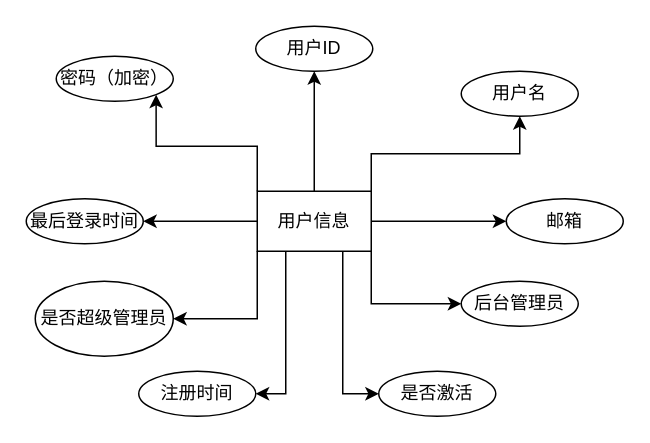
Earlier version of the draw.io diagram ER图/用户ER图.drawio (programer-afk/WebScanner). Source tidied: cells renumbered, new cells numbered last; positions are measured from the earlier drawing's top-left corner, leaving out a move shared by most shapes. Both pictures are drawn from the tidied source at 150%, with x=0, y=0 at pixel (26, 26).
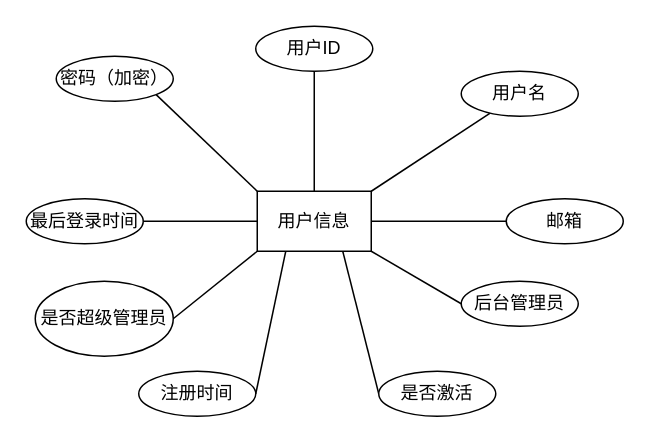
After the change.

Commit message:
更新用户ER图.drawio

Unchanged cells that the change refers to:
```xml
<mxCell id="11" value="用户信息" style="rounded=0;whiteSpace=wrap;html=1;" parent="1" vertex="1">
  <mxGeometry x="154" y="110" width="76" height="40" as="geometry" />
</mxCell>
<mxCell id="12" value="用户ID" style="ellipse;whiteSpace=wrap;html=1;" parent="1" vertex="1">
  <mxGeometry x="153" width="78" height="30" as="geometry" />
</mxCell>
<mxCell id="13" value="密码（加密）" style="ellipse;whiteSpace=wrap;html=1;" parent="1" vertex="1">
  <mxGeometry x="20" y="20" width="78" height="30" as="geometry" />
</mxCell>
<mxCell id="14" value="最后登录时间" style="ellipse;whiteSpace=wrap;html=1;" parent="1" vertex="1">
  <mxGeometry y="115" width="78" height="30" as="geometry" />
</mxCell>
<mxCell id="15" value="是否超级管理员" style="ellipse;whiteSpace=wrap;html=1;" parent="1" vertex="1">
  <mxGeometry x="6" y="170" width="92" height="50" as="geometry" />
</mxCell>
<mxCell id="16" value="邮箱" style="ellipse;whiteSpace=wrap;html=1;" parent="1" vertex="1">
  <mxGeometry x="320" y="115" width="78" height="30" as="geometry" />
</mxCell>
<mxCell id="17" value="后台管理员" style="ellipse;whiteSpace=wrap;html=1;" parent="1" vertex="1">
  <mxGeometry x="290" y="170" width="78" height="30" as="geometry" />
</mxCell>
<mxCell id="18" value="注册时间" style="ellipse;whiteSpace=wrap;html=1;" parent="1" vertex="1">
  <mxGeometry x="75" y="230" width="78" height="30" as="geometry" />
</mxCell>
<mxCell id="19" value="是否激活" style="ellipse;whiteSpace=wrap;html=1;" parent="1" vertex="1">
  <mxGeometry x="235" y="230" width="78" height="30" as="geometry" />
</mxCell>
<mxCell id="20" value="用户名" style="ellipse;whiteSpace=wrap;html=1;" parent="1" vertex="1">
  <mxGeometry x="290" y="30" width="78" height="30" as="geometry" />
</mxCell>
```

What changed in the source:
```diff
@@
-    <mxCell id="2" style="edgeStyle=orthogonalEdgeStyle;rounded=0;jettySize=auto;html=1;exitX=0.5;exitY=0;exitDx=0;exitDy=0;" parent="1" edge="1" source="11" target="12">
+    <mxCell id="2" style="rounded=0;jettySize=auto;html=1;exitX=0.5;exitY=0;exitDx=0;exitDy=0;endArrow=none;startFill=0;" parent="1" edge="1" source="11" target="12">
       <mxGeometry relative="1" as="geometry" />
     </mxCell>
-    <mxCell id="3" style="edgeStyle=orthogonalEdgeStyle;rounded=0;jettySize=auto;html=1;exitX=1;exitY=0;exitDx=0;exitDy=0;" parent="1" edge="1" source="11" target="20">
+    <mxCell id="3" style="rounded=0;jettySize=auto;html=1;exitX=1;exitY=0;exitDx=0;exitDy=0;endArrow=none;startFill=0;" parent="1" edge="1" source="11" target="20">
       <mxGeometry relative="1" as="geometry" />
     </mxCell>
-    <mxCell id="4" style="edgeStyle=orthogonalEdgeStyle;rounded=0;jettySize=auto;html=1;exitX=1;exitY=0.5;exitDx=0;exitDy=0;" parent="1" edge="1" source="11" target="16">
+    <mxCell id="4" style="rounded=0;jettySize=auto;html=1;exitX=1;exitY=0.5;exitDx=0;exitDy=0;endArrow=none;startFill=0;" parent="1" edge="1" source="11" target="16">
       <mxGeometry relative="1" as="geometry" />
     </mxCell>
-    <mxCell id="5" style="edgeStyle=orthogonalEdgeStyle;rounded=0;jettySize=auto;html=1;exitX=0;exitY=0.5;exitDx=0;exitDy=0;" parent="1" edge="1" source="11" target="14">
+    <mxCell id="5" style="rounded=0;jettySize=auto;html=1;exitX=0;exitY=0.5;exitDx=0;exitDy=0;endArrow=none;startFill=0;" parent="1" edge="1" source="11" target="14">
       <mxGeometry relative="1" as="geometry" />
     </mxCell>
-    <mxCell id="6" style="edgeStyle=orthogonalEdgeStyle;rounded=0;jettySize=auto;html=1;exitX=0;exitY=0;exitDx=0;exitDy=0;entryX=1;entryY=1;entryDx=0;entryDy=0;" parent="1" edge="1" source="11" target="13">
+    <mxCell id="6" style="rounded=0;jettySize=auto;html=1;exitX=0;exitY=0;exitDx=0;exitDy=0;entryX=1;entryY=1;entryDx=0;entryDy=0;endArrow=none;startFill=0;" parent="1" edge="1" source="11" target="13">
       <mxGeometry relative="1" as="geometry" />
     </mxCell>
-    <mxCell id="7" style="edgeStyle=orthogonalEdgeStyle;rounded=0;jettySize=auto;html=1;exitX=1;exitY=1;exitDx=0;exitDy=0;entryX=0;entryY=0.5;entryDx=0;entryDy=0;" parent="1" edge="1" source="11" target="17">
+    <mxCell id="7" style="rounded=0;jettySize=auto;html=1;exitX=1;exitY=1;exitDx=0;exitDy=0;entryX=0;entryY=0.5;entryDx=0;entryDy=0;endArrow=none;startFill=0;" parent="1" edge="1" source="11" target="17">
       <mxGeometry relative="1" as="geometry" />
     </mxCell>
-    <mxCell id="8" style="edgeStyle=orthogonalEdgeStyle;rounded=0;jettySize=auto;html=1;exitX=0;exitY=1;exitDx=0;exitDy=0;entryX=1;entryY=0.5;entryDx=0;entryDy=0;" parent="1" edge="1" source="11" target="15">
+    <mxCell id="8" style="rounded=0;jettySize=auto;html=1;exitX=0;exitY=1;exitDx=0;exitDy=0;entryX=1;entryY=0.5;entryDx=0;entryDy=0;endArrow=none;startFill=0;" parent="1" edge="1" source="11" target="15">
       <mxGeometry relative="1" as="geometry" />
     </mxCell>
-    <mxCell id="9" style="edgeStyle=orthogonalEdgeStyle;rounded=0;jettySize=auto;html=1;exitX=0.25;exitY=1;exitDx=0;exitDy=0;entryX=1;entryY=0.5;entryDx=0;entryDy=0;" parent="1" edge="1" source="11" target="18">
+    <mxCell id="9" style="rounded=0;jettySize=auto;html=1;exitX=0.25;exitY=1;exitDx=0;exitDy=0;entryX=1;entryY=0.5;entryDx=0;entryDy=0;endArrow=none;startFill=0;" parent="1" edge="1" source="11" target="18">
       <mxGeometry relative="1" as="geometry" />
     </mxCell>
-    <mxCell id="10" style="edgeStyle=orthogonalEdgeStyle;rounded=0;jettySize=auto;html=1;exitX=0.75;exitY=1;exitDx=0;exitDy=0;entryX=0;entryY=0.5;entryDx=0;entryDy=0;" parent="1" edge="1" source="11" target="19">
+    <mxCell id="10" style="rounded=0;jettySize=auto;html=1;exitX=0.75;exitY=1;exitDx=0;exitDy=0;entryX=0;entryY=0.5;entryDx=0;entryDy=0;endArrow=none;startFill=0;" parent="1" edge="1" source="11" target="19">
       <mxGeometry relative="1" as="geometry" />
     </mxCell>
```
